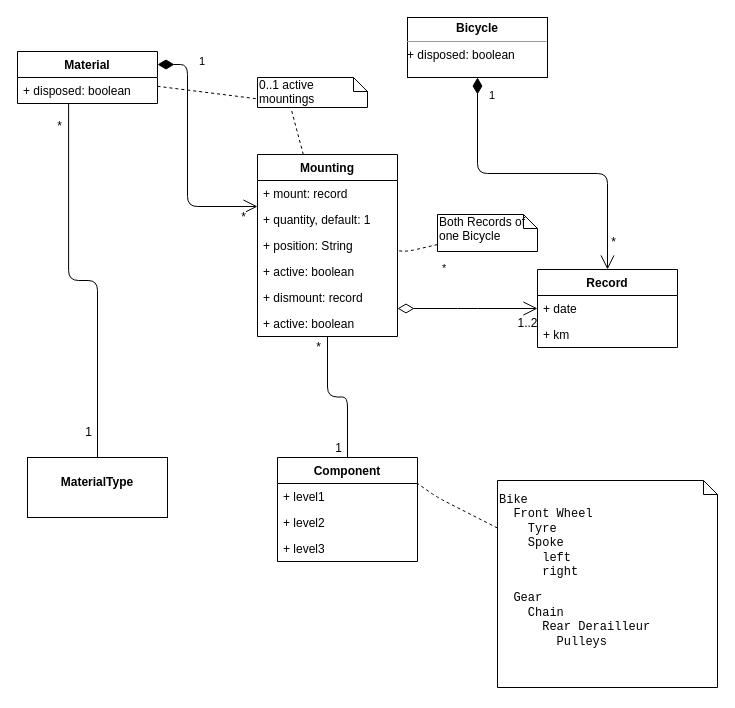
This is design/model-v2.drawio from chs8691/myequis, a draw.io file, before an edit. Source tidied: cells renumbered, new cells numbered last; positions are measured from the earlier drawing's top-left corner, leaving out a move shared by most shapes. Both pictures are drawn from the tidied source at 100%, with x=0, y=0 at pixel (17, 17).
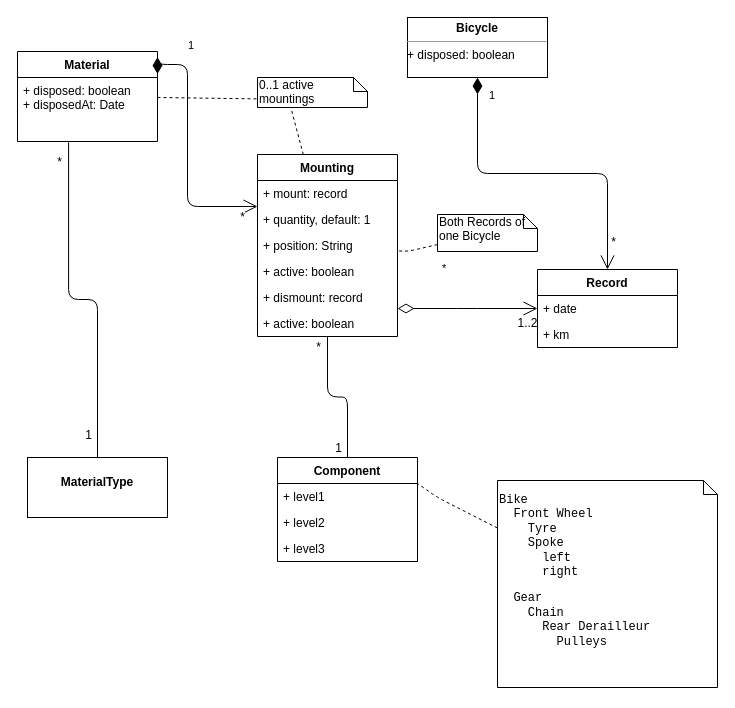
Above is the later version.

What changed in the source:
```diff
@@
     <mxCell id="35" value="Material" style="swimlane;fontStyle=1;horizontal=1;startSize=26;fillColor=none;" parent="1" vertex="1">
-      <mxGeometry y="34" width="140" height="52" as="geometry" />
+      <mxGeometry y="34" width="140" height="90" as="geometry" />
     </mxCell>
-    <mxCell id="36" value="+ disposed: boolean" style="text;strokeColor=none;fillColor=none;align=left;verticalAlign=top;spacingLeft=4;spacingRight=4;overflow=hidden;points=[[0,0.5],[1,0.5]];portConstraint=eastwest;" parent="35" vertex="1">
-      <mxGeometry y="26" width="140" height="26" as="geometry" />
+    <mxCell id="36" value="+ disposed: boolean&#10;+ disposedAt: Date&#10;" style="text;strokeColor=none;fillColor=none;align=left;verticalAlign=top;spacingLeft=4;spacingRight=4;overflow=hidden;points=[[0,0.5],[1,0.5]];portConstraint=eastwest;" parent="35" vertex="1">
+      <mxGeometry y="26" width="140" height="64" as="geometry" />
     </mxCell>
```
